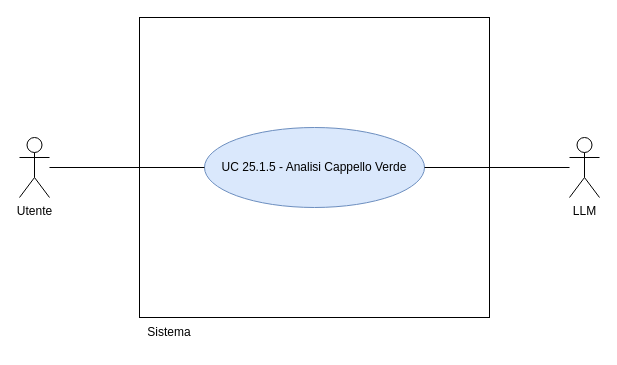
This is RTB/doc_esterna/analisi-dei-requisiti/assets/draw.io/UC25.1.5.drawio from thebitless-group-swe/thebitless.github.io, a draw.io file, before an edit. Source tidied: cells renumbered, new cells numbered last; positions are measured from the earlier drawing's top-left corner, leaving out a move shared by most shapes. Both pictures are drawn from the tidied source at 100%, with x=0, y=0 at pixel (19, 17).
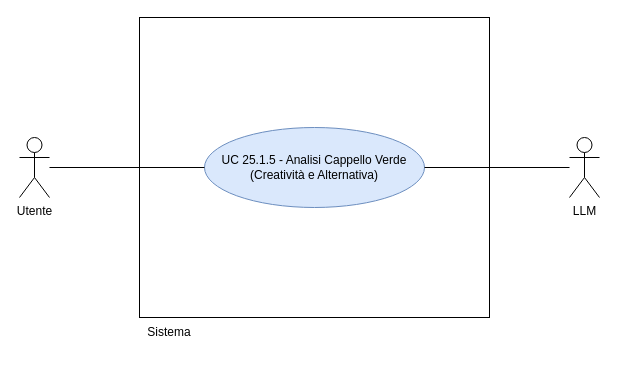
Above is the later version.

What changed in the source:
```diff
@@
 <mxGraphModel>
   <root>
     <mxCell id="0" />
     <mxCell id="1" parent="0" />
     <mxCell id="2" value="Utente" style="shape=umlActor;verticalLabelPosition=bottom;verticalAlign=top;html=1;outlineConnect=0;" parent="1" vertex="1">
       <mxGeometry y="120" width="30" height="60" as="geometry" />
     </mxCell>
     <mxCell id="3" value="LLM" style="shape=umlActor;verticalLabelPosition=bottom;verticalAlign=top;html=1;outlineConnect=0;" parent="1" vertex="1">
       <mxGeometry x="550" y="120" width="30" height="60" as="geometry" />
     </mxCell>
     <mxCell id="4" style="whiteSpace=wrap;html=1;" parent="1" vertex="1">
       <mxGeometry x="120" width="350" height="300" as="geometry" />
     </mxCell>
     <mxCell id="5" value="Sistema" style="text;html=1;whiteSpace=wrap;strokeColor=none;fillColor=none;align=center;verticalAlign=middle;rounded=0;" parent="1" vertex="1">
       <mxGeometry x="120" y="300" width="60" height="30" as="geometry" />
     </mxCell>
-    <mxCell id="6" value="UC 25.1.5 - Analisi Cappello Verde" style="ellipse;whiteSpace=wrap;html=1;fillColor=#dae8fc;strokeColor=#6c8ebf;" parent="1" vertex="1">
+    <mxCell id="6" value="UC 25.1.5 - Analisi Cappello Verde&lt;div&gt;(Creatività e Alternativa)&lt;/div&gt;" style="ellipse;whiteSpace=wrap;html=1;fillColor=#dae8fc;strokeColor=#6c8ebf;" parent="1" vertex="1">
       <mxGeometry x="185" y="110" width="220" height="80" as="geometry" />
     </mxCell>
     <mxCell id="7" style="edgeStyle=none;rounded=0;jettySize=auto;html=1;endArrow=none;endFill=0;" parent="1" edge="1" source="2" target="6">
       <mxGeometry relative="1" as="geometry" />
     </mxCell>
     <mxCell id="8" style="edgeStyle=none;rounded=0;jettySize=auto;html=1;endArrow=none;endFill=0;" parent="1" edge="1" source="3" target="6">
       <mxGeometry relative="1" as="geometry" />
     </mxCell>
   </root>
 </mxGraphModel>
```
